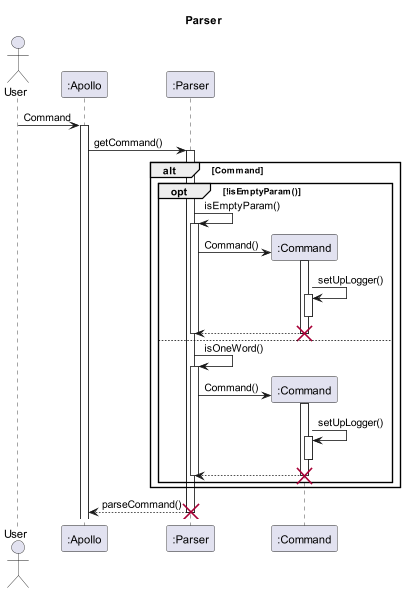
This is docs/uml-diagrams/Parser_Seq-Parser.png from nus-cs2113-AY2223S2/tp, a PlantUML export, as it was before one commit.
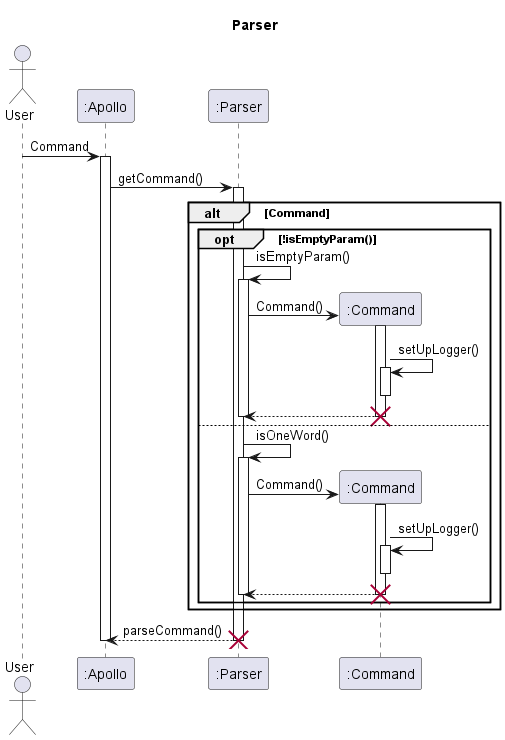
After the commit.

Commit message:
Add deactivate Apollo

Change to the diagram source:
```diff
@@ -54,5 +54,6 @@
 deactivate Parser
 destroy Parser
 
+deactivate Apollo
 
 @enduml
```
